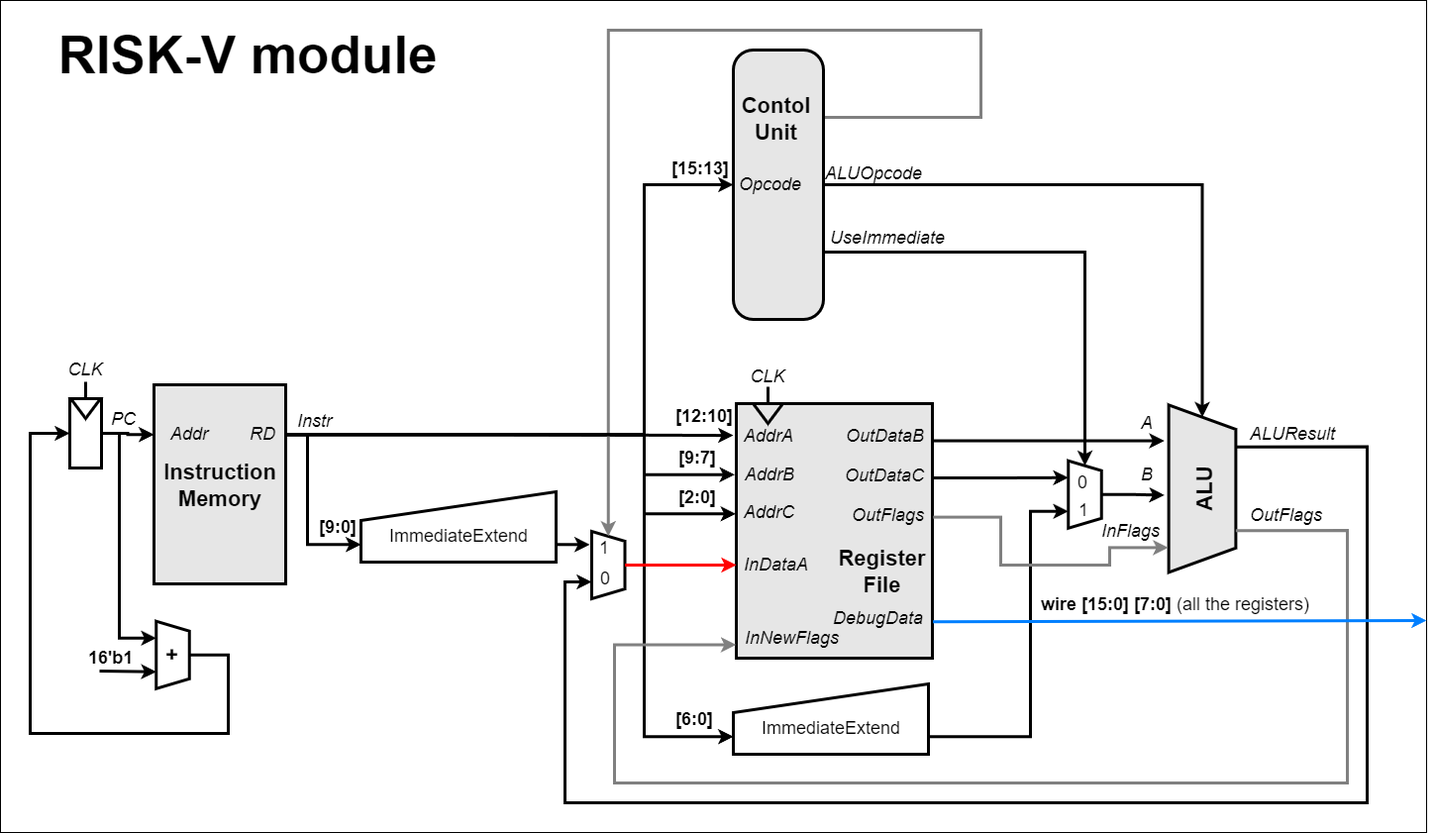
Earlier version of the draw.io export materials/diagram/diagram.png (superstudy160/RISC-V-i16-A-Project). Source tidied: cells renumbered, new cells last; positions are measured from the earlier drawing's top-left corner, leaving out a move shared by most shapes.
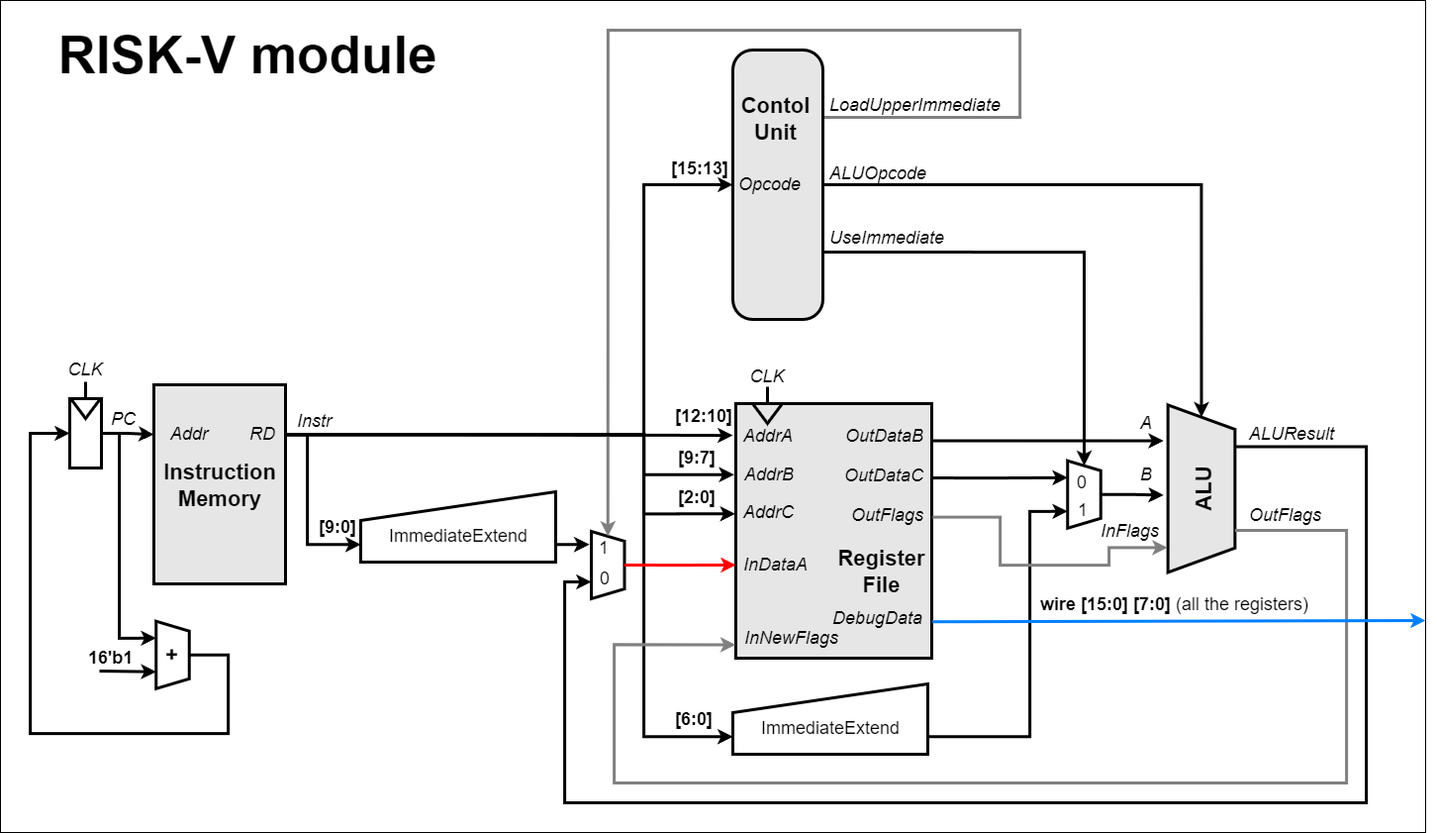
Above is the later version.

Commit message:
LoadUpperImmediate added to diagram

Diff of the diagram source:
```diff
@@ -59,8 +59,8 @@
     <mxCell id="15" style="edgeStyle=orthogonalEdgeStyle;rounded=0;jettySize=auto;html=1;exitX=1;exitY=0.25;exitDx=0;exitDy=0;entryX=0;entryY=0.5;entryDx=0;entryDy=0;strokeWidth=3;strokeColor=#808080;" parent="1" edge="1" source="16" target="11">
       <mxGeometry relative="1" as="geometry">
         <Array as="points">
-          <mxPoint x="990" y="118" />
-          <mxPoint x="990" y="30" />
+          <mxPoint x="1030" y="118" />
+          <mxPoint x="1030" y="30" />
           <mxPoint x="614" y="30" />
         </Array>
       </mxGeometry>
@@ -149,7 +149,7 @@
       <mxGeometry x="1129" y="459" width="169" height="67.8" as="geometry" />
     </mxCell>
     <mxCell id="38" value="ALUOpcode" style="text;html=1;align=left;verticalAlign=middle;whiteSpace=wrap;rounded=0;fontSize=18;fontStyle=2;" parent="1" vertex="1">
-      <mxGeometry x="831" y="155" width="109" height="40" as="geometry" />
+      <mxGeometry x="836" y="155" width="109" height="40" as="geometry" />
     </mxCell>
     <mxCell id="39" value="UseImmediate" style="text;html=1;align=left;verticalAlign=middle;whiteSpace=wrap;rounded=0;fontSize=18;fontStyle=2;" parent="1" vertex="1">
       <mxGeometry x="836" y="220" width="134" height="40" as="geometry" />
@@ -321,5 +321,8 @@
     <mxCell id="83" value="&lt;font style=&quot;font-size: 53px;&quot;&gt;RISK-V module&lt;/font&gt;" style="text;html=1;strokeColor=none;fillColor=none;align=center;verticalAlign=middle;whiteSpace=wrap;rounded=0;fontStyle=1;" parent="1" vertex="1">
       <mxGeometry width="500" height="110" as="geometry" />
     </mxCell>
+    <mxCell id="84" value="LoadUpperImmediate" style="text;html=1;align=left;verticalAlign=middle;whiteSpace=wrap;rounded=0;fontSize=18;fontStyle=2;" parent="1" vertex="1">
+      <mxGeometry x="836" y="86" width="194" height="40" as="geometry" />
+    </mxCell>
   </root>
 </mxGraphModel>
```
